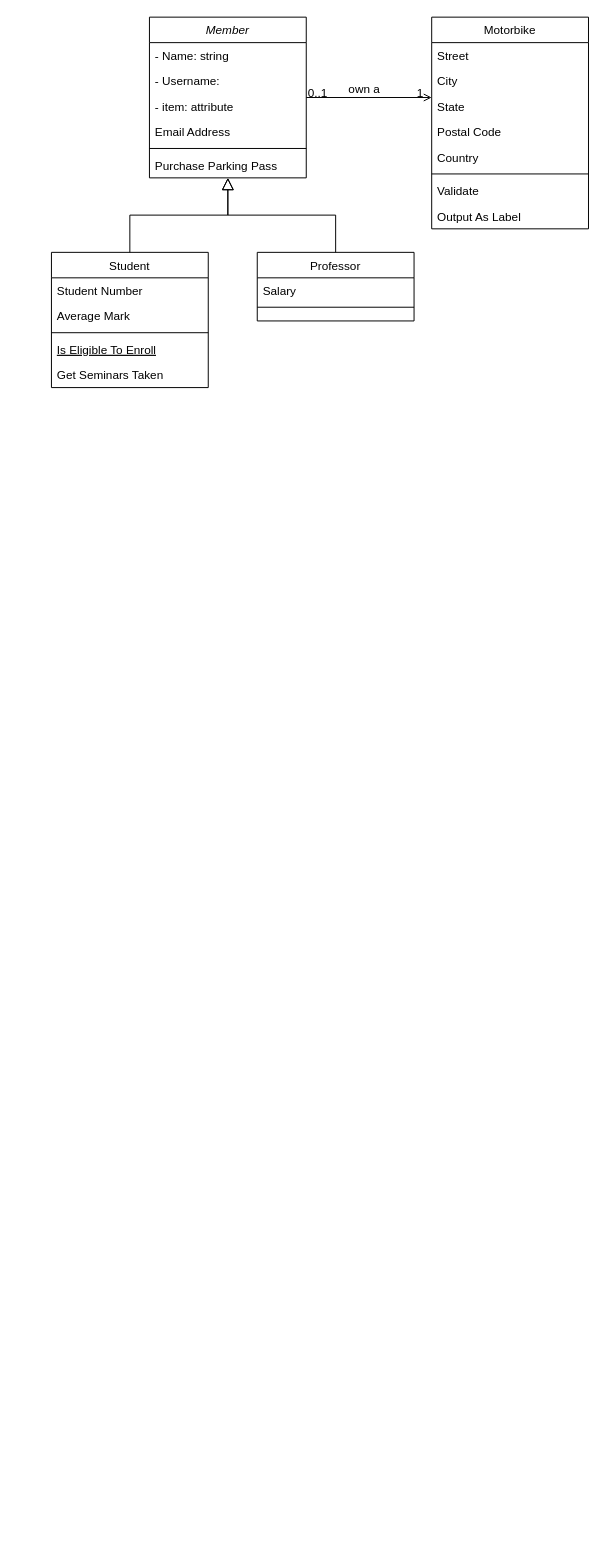
This is project.drawio from nhattranb/EEET2482-COSC2082-Group-Project, a draw.io file, before an edit. Source tidied: cells renumbered, new cells numbered last; positions are measured from the earlier drawing's top-left corner, leaving out a move shared by most shapes. Both pictures are drawn from the tidied source at 98%, with x=0, y=0 at pixel (51, 17).
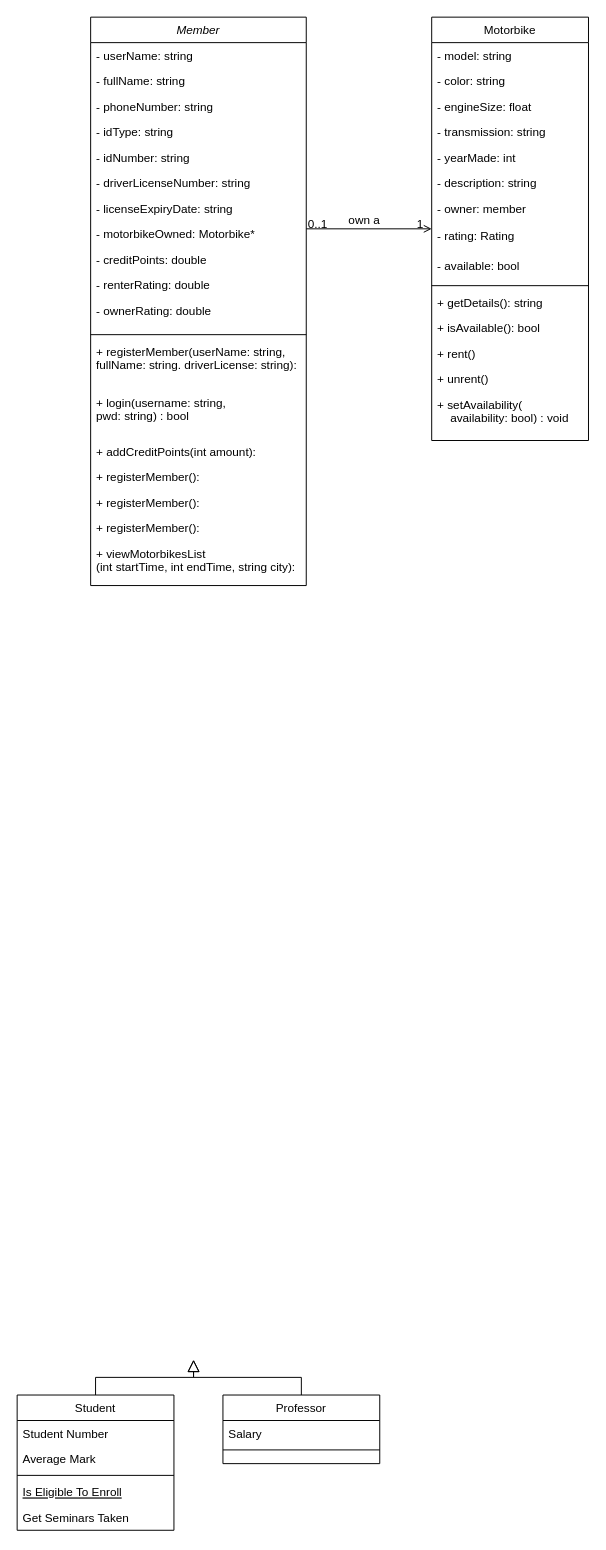
The same page after the edit.

Commit message:
Cập nhật project.drawio

Change to the diagram source:
```diff
@@
     <mxCell id="2" value="Member" style="swimlane;fontStyle=2;align=center;verticalAlign=top;horizontal=1;startSize=26;rounded=0;shadow=0;strokeWidth=1;" parent="1" vertex="1">
-      <mxGeometry x="100" width="160" height="164" as="geometry" />
+      <mxGeometry x="40" width="220" height="580" as="geometry" />
     </mxCell>
-    <mxCell id="3" value="- Name: string" style="text;align=left;verticalAlign=top;spacingLeft=4;spacingRight=4;overflow=hidden;" parent="2" vertex="1">
-      <mxGeometry y="26" width="160" height="26" as="geometry" />
+    <mxCell id="3" value="- userName: string" style="text;align=left;verticalAlign=top;spacingLeft=4;spacingRight=4;overflow=hidden;" parent="2" vertex="1">
+      <mxGeometry y="26" width="220" height="26" as="geometry" />
     </mxCell>
-    <mxCell id="4" value="- Username:" style="text;align=left;verticalAlign=top;spacingLeft=4;spacingRight=4;overflow=hidden;rounded=0;shadow=0;html=0;" parent="2" vertex="1">
-      <mxGeometry y="52" width="160" height="26" as="geometry" />
+    <mxCell id="4" value="- fullName: string" style="text;align=left;verticalAlign=top;spacingLeft=4;spacingRight=4;overflow=hidden;rounded=0;shadow=0;html=0;" parent="2" vertex="1">
+      <mxGeometry y="52" width="220" height="26" as="geometry" />
     </mxCell>
-    <mxCell id="5" value="- item: attribute" style="text;strokeColor=none;fillColor=none;align=left;verticalAlign=top;spacingLeft=4;spacingRight=4;overflow=hidden;whiteSpace=wrap;html=1;" parent="2" vertex="1">
-      <mxGeometry y="78" width="160" height="26" as="geometry" />
+    <mxCell id="5" value="- phoneNumber: string" style="text;strokeColor=none;fillColor=none;align=left;verticalAlign=top;spacingLeft=4;spacingRight=4;overflow=hidden;whiteSpace=wrap;html=1;" parent="2" vertex="1">
+      <mxGeometry y="78" width="220" height="26" as="geometry" />
     </mxCell>
+    <mxCell id="33" value="- idType: string" style="text;strokeColor=none;fillColor=none;align=left;verticalAlign=top;spacingLeft=4;spacingRight=4;overflow=hidden;whiteSpace=wrap;html=1;" parent="2" vertex="1">
+      <mxGeometry y="104" width="220" height="26" as="geometry" />
+    </mxCell>
+    <mxCell id="34" value="- idNumber: string" style="text;strokeColor=none;fillColor=none;align=left;verticalAlign=top;spacingLeft=4;spacingRight=4;overflow=hidden;whiteSpace=wrap;html=1;" parent="2" vertex="1">
+      <mxGeometry y="130" width="220" height="26" as="geometry" />
+    </mxCell>
+    <mxCell id="35" value="- driverLicenseNumber: string" style="text;strokeColor=none;fillColor=none;align=left;verticalAlign=top;spacingLeft=4;spacingRight=4;overflow=hidden;whiteSpace=wrap;html=1;" parent="2" vertex="1">
+      <mxGeometry y="156" width="220" height="26" as="geometry" />
+    </mxCell>
+    <mxCell id="36" value="- licenseExpiryDate: string" style="text;strokeColor=none;fillColor=none;align=left;verticalAlign=top;spacingLeft=4;spacingRight=4;overflow=hidden;whiteSpace=wrap;html=1;" parent="2" vertex="1">
+      <mxGeometry y="182" width="220" height="26" as="geometry" />
+    </mxCell>
+    <mxCell id="37" value="- motorbikeOwned: Motorbike*" style="text;strokeColor=none;fillColor=none;align=left;verticalAlign=top;spacingLeft=4;spacingRight=4;overflow=hidden;whiteSpace=wrap;html=1;" parent="2" vertex="1">
+      <mxGeometry y="208" width="220" height="26" as="geometry" />
+    </mxCell>
+    <mxCell id="38" value="- creditPoints: double" style="text;strokeColor=none;fillColor=none;align=left;verticalAlign=top;spacingLeft=4;spacingRight=4;overflow=hidden;whiteSpace=wrap;html=1;" parent="2" vertex="1">
+      <mxGeometry y="234" width="220" height="26" as="geometry" />
+    </mxCell>
+    <mxCell id="39" value="- renterRating: double" style="text;strokeColor=none;fillColor=none;align=left;verticalAlign=top;spacingLeft=4;spacingRight=4;overflow=hidden;whiteSpace=wrap;html=1;" parent="2" vertex="1">
+      <mxGeometry y="260" width="220" height="26" as="geometry" />
+    </mxCell>
-    <mxCell id="6" value="Email Address" style="text;align=left;verticalAlign=top;spacingLeft=4;spacingRight=4;overflow=hidden;rounded=0;shadow=0;html=0;" parent="2" vertex="1">
-      <mxGeometry y="104" width="160" height="26" as="geometry" />
+    <mxCell id="6" value="- ownerRating: double" style="text;align=left;verticalAlign=top;spacingLeft=4;spacingRight=4;overflow=hidden;rounded=0;shadow=0;html=0;" parent="2" vertex="1">
+      <mxGeometry y="286" width="220" height="34" as="geometry" />
     </mxCell>
     <mxCell id="7" style="line;html=1;strokeWidth=1;align=left;verticalAlign=middle;spacingTop=-1;spacingLeft=3;spacingRight=3;labelPosition=right;" parent="2" vertex="1">
-      <mxGeometry y="130" width="160" height="8" as="geometry" />
+      <mxGeometry y="320" width="220" height="8" as="geometry" />
     </mxCell>
-    <mxCell id="8" value="Purchase Parking Pass" style="text;align=left;verticalAlign=top;spacingLeft=4;spacingRight=4;overflow=hidden;" parent="2" vertex="1">
-      <mxGeometry y="138" width="160" height="26" as="geometry" />
+    <mxCell id="8" value="+ registerMember(userName: string,&#10;fullName: string. driverLicense: string):" style="text;align=left;verticalAlign=top;spacingLeft=4;spacingRight=4;overflow=hidden;" parent="2" vertex="1">
+      <mxGeometry y="328" width="220" height="52" as="geometry" />
     </mxCell>
+    <mxCell id="40" value="+ login(username: string,&#10;pwd: string) : bool" style="text;align=left;verticalAlign=top;spacingLeft=4;spacingRight=4;overflow=hidden;" parent="2" vertex="1">
+      <mxGeometry y="380" width="220" height="50" as="geometry" />
+    </mxCell>
+    <mxCell id="41" value="+ addCreditPoints(int amount): " style="text;align=left;verticalAlign=top;spacingLeft=4;spacingRight=4;overflow=hidden;" parent="2" vertex="1">
+      <mxGeometry y="430" width="220" height="26" as="geometry" />
+    </mxCell>
+    <mxCell id="42" value="+ registerMember():" style="text;align=left;verticalAlign=top;spacingLeft=4;spacingRight=4;overflow=hidden;" parent="2" vertex="1">
+      <mxGeometry y="456" width="220" height="26" as="geometry" />
+    </mxCell>
+    <mxCell id="43" value="+ registerMember():" style="text;align=left;verticalAlign=top;spacingLeft=4;spacingRight=4;overflow=hidden;" parent="2" vertex="1">
+      <mxGeometry y="482" width="220" height="26" as="geometry" />
+    </mxCell>
+    <mxCell id="44" value="+ registerMember():" style="text;align=left;verticalAlign=top;spacingLeft=4;spacingRight=4;overflow=hidden;" parent="2" vertex="1">
+      <mxGeometry y="508" width="220" height="26" as="geometry" />
+    </mxCell>
+    <mxCell id="45" value="+ viewMotorbikesList&#10;(int startTime, int endTime, string city): " style="text;align=left;verticalAlign=top;spacingLeft=4;spacingRight=4;overflow=hidden;" parent="2" vertex="1">
+      <mxGeometry y="534" width="220" height="46" as="geometry" />
+    </mxCell>
     <mxCell id="9" value="Student" style="swimlane;fontStyle=0;align=center;verticalAlign=top;horizontal=1;startSize=26;rounded=0;shadow=0;strokeWidth=1;" parent="1" vertex="1">
-      <mxGeometry y="240" width="160" height="138" as="geometry" />
+      <mxGeometry x="-35" y="1406" width="160" height="138" as="geometry" />
     </mxCell>
@@
-    <mxCell id="15" style="endArrow=block;endSize=10;endFill=0;shadow=0;strokeWidth=1;rounded=0;edgeStyle=elbowEdgeStyle;elbow=vertical;" parent="1" edge="1" source="9" target="2">
-      <mxGeometry relative="1" as="geometry" />
+    <mxCell id="15" style="endArrow=block;endSize=10;endFill=0;shadow=0;strokeWidth=1;rounded=0;edgeStyle=elbowEdgeStyle;elbow=vertical;" parent="1" edge="1" source="9">
+      <mxGeometry relative="1" as="geometry">
+        <mxPoint x="145" y="1370" as="targetPoint" />
+      </mxGeometry>
     </mxCell>
     <mxCell id="16" value="Professor" style="swimlane;fontStyle=0;align=center;verticalAlign=top;horizontal=1;startSize=26;rounded=0;shadow=0;strokeWidth=1;" parent="1" vertex="1">
-      <mxGeometry x="210" y="240" width="160" height="70" as="geometry" />
+      <mxGeometry x="175" y="1406" width="160" height="70" as="geometry" />
     </mxCell>
@@
-    <mxCell id="19" style="endArrow=block;endSize=10;endFill=0;shadow=0;strokeWidth=1;rounded=0;edgeStyle=elbowEdgeStyle;elbow=vertical;" parent="1" edge="1" source="16" target="2">
-      <mxGeometry relative="1" as="geometry" />
+    <mxCell id="19" style="endArrow=block;endSize=10;endFill=0;shadow=0;strokeWidth=1;rounded=0;edgeStyle=elbowEdgeStyle;elbow=vertical;" parent="1" edge="1" source="16">
+      <mxGeometry relative="1" as="geometry">
+        <mxPoint x="145" y="1370" as="targetPoint" />
+      </mxGeometry>
     </mxCell>
     <mxCell id="20" value="Motorbike" style="swimlane;fontStyle=0;align=center;verticalAlign=top;horizontal=1;startSize=26;rounded=0;shadow=0;strokeWidth=1;" parent="1" vertex="1">
-      <mxGeometry x="388" width="160" height="216" as="geometry" />
+      <mxGeometry x="388" width="160" height="432" as="geometry" />
     </mxCell>
-    <mxCell id="21" value="Street" style="text;align=left;verticalAlign=top;spacingLeft=4;spacingRight=4;overflow=hidden;" parent="20" vertex="1">
+    <mxCell id="21" value="- model: string" style="text;align=left;verticalAlign=top;spacingLeft=4;spacingRight=4;overflow=hidden;" parent="20" vertex="1">
       <mxGeometry y="26" width="160" height="26" as="geometry" />
     </mxCell>
-    <mxCell id="22" value="City" style="text;align=left;verticalAlign=top;spacingLeft=4;spacingRight=4;overflow=hidden;rounded=0;shadow=0;html=0;" parent="20" vertex="1">
+    <mxCell id="22" value="- color: string" style="text;align=left;verticalAlign=top;spacingLeft=4;spacingRight=4;overflow=hidden;rounded=0;shadow=0;html=0;" parent="20" vertex="1">
       <mxGeometry y="52" width="160" height="26" as="geometry" />
     </mxCell>
-    <mxCell id="23" value="State" style="text;align=left;verticalAlign=top;spacingLeft=4;spacingRight=4;overflow=hidden;rounded=0;shadow=0;html=0;" parent="20" vertex="1">
+    <mxCell id="23" value="- engineSize: float" style="text;align=left;verticalAlign=top;spacingLeft=4;spacingRight=4;overflow=hidden;rounded=0;shadow=0;html=0;" parent="20" vertex="1">
       <mxGeometry y="78" width="160" height="26" as="geometry" />
     </mxCell>
-    <mxCell id="24" value="Postal Code" style="text;align=left;verticalAlign=top;spacingLeft=4;spacingRight=4;overflow=hidden;rounded=0;shadow=0;html=0;" parent="20" vertex="1">
+    <mxCell id="24" value="- transmission: string" style="text;align=left;verticalAlign=top;spacingLeft=4;spacingRight=4;overflow=hidden;rounded=0;shadow=0;html=0;" parent="20" vertex="1">
       <mxGeometry y="104" width="160" height="26" as="geometry" />
     </mxCell>
+    <mxCell id="46" value="- yearMade: int" style="text;align=left;verticalAlign=top;spacingLeft=4;spacingRight=4;overflow=hidden;rounded=0;shadow=0;html=0;" parent="20" vertex="1">
+      <mxGeometry y="130" width="160" height="26" as="geometry" />
+    </mxCell>
+    <mxCell id="47" value="- description: string" style="text;align=left;verticalAlign=top;spacingLeft=4;spacingRight=4;overflow=hidden;rounded=0;shadow=0;html=0;" parent="20" vertex="1">
+      <mxGeometry y="156" width="160" height="26" as="geometry" />
+    </mxCell>
+    <mxCell id="48" value="- owner: member" style="text;align=left;verticalAlign=top;spacingLeft=4;spacingRight=4;overflow=hidden;rounded=0;shadow=0;html=0;" parent="20" vertex="1">
+      <mxGeometry y="182" width="160" height="28" as="geometry" />
+    </mxCell>
-    <mxCell id="25" value="Country" style="text;align=left;verticalAlign=top;spacingLeft=4;spacingRight=4;overflow=hidden;rounded=0;shadow=0;html=0;" parent="20" vertex="1">
-      <mxGeometry y="130" width="160" height="26" as="geometry" />
+    <mxCell id="25" value="- rating: Rating" style="text;align=left;verticalAlign=top;spacingLeft=4;spacingRight=4;overflow=hidden;rounded=0;shadow=0;html=0;" parent="20" vertex="1">
+      <mxGeometry y="210" width="160" height="30" as="geometry" />
     </mxCell>
+    <mxCell id="49" value="- available: bool" style="text;align=left;verticalAlign=top;spacingLeft=4;spacingRight=4;overflow=hidden;rounded=0;shadow=0;html=0;" parent="20" vertex="1">
+      <mxGeometry y="240" width="160" height="30" as="geometry" />
+    </mxCell>
     <mxCell id="26" style="line;html=1;strokeWidth=1;align=left;verticalAlign=middle;spacingTop=-1;spacingLeft=3;spacingRight=3;labelPosition=right;" parent="20" vertex="1">
-      <mxGeometry y="156" width="160" height="8" as="geometry" />
+      <mxGeometry y="270" width="160" height="8" as="geometry" />
     </mxCell>
-    <mxCell id="27" value="Validate" style="text;align=left;verticalAlign=top;spacingLeft=4;spacingRight=4;overflow=hidden;" parent="20" vertex="1">
-      <mxGeometry y="164" width="160" height="26" as="geometry" />
+    <mxCell id="27" value="+ getDetails(): string" style="text;align=left;verticalAlign=top;spacingLeft=4;spacingRight=4;overflow=hidden;" parent="20" vertex="1">
+      <mxGeometry y="278" width="160" height="26" as="geometry" />
     </mxCell>
-    <mxCell id="28" value="Output As Label" style="text;align=left;verticalAlign=top;spacingLeft=4;spacingRight=4;overflow=hidden;" parent="20" vertex="1">
-      <mxGeometry y="190" width="160" height="26" as="geometry" />
+    <mxCell id="28" value="+ isAvailable(): bool" style="text;align=left;verticalAlign=top;spacingLeft=4;spacingRight=4;overflow=hidden;" parent="20" vertex="1">
+      <mxGeometry y="304" width="160" height="26" as="geometry" />
     </mxCell>
+    <mxCell id="50" value="+ rent()" style="text;align=left;verticalAlign=top;spacingLeft=4;spacingRight=4;overflow=hidden;" parent="20" vertex="1">
+      <mxGeometry y="330" width="160" height="26" as="geometry" />
+    </mxCell>
+    <mxCell id="51" value="+ unrent()" style="text;align=left;verticalAlign=top;spacingLeft=4;spacingRight=4;overflow=hidden;" parent="20" vertex="1">
+      <mxGeometry y="356" width="160" height="26" as="geometry" />
+    </mxCell>
+    <mxCell id="52" value="+ setAvailability(&#10;    availability: bool) : void" style="text;align=left;verticalAlign=top;spacingLeft=4;spacingRight=4;overflow=hidden;" parent="20" vertex="1">
+      <mxGeometry y="382" width="160" height="50" as="geometry" />
+    </mxCell>
```
